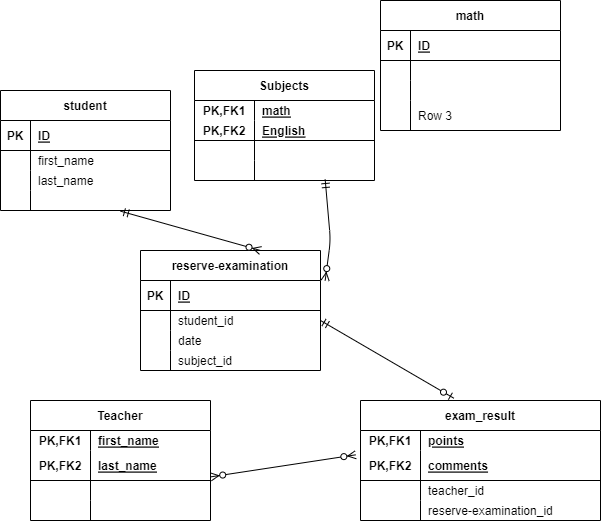
Above: index.drawio.png in moro-ayu3/20230216_morohoshi (draw.io), before the change. Source tidied: cells renumbered, new cells last; positions are measured from the earlier drawing's top-left corner, leaving out a move shared by most shapes.
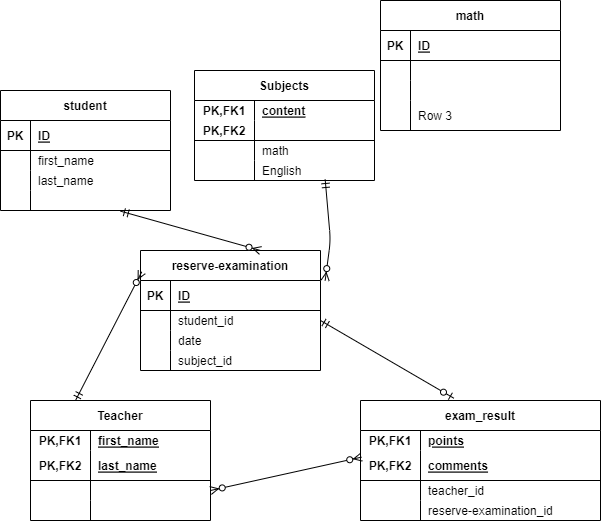
Above is the later version.

Diff of the diagram source:
```diff
@@ -89,7 +89,7 @@
     <mxCell id="30" value="PK,FK1" style="shape=partialRectangle;fillColor=none;top=0;left=0;bottom=0;right=0;fontStyle=1;overflow=hidden;" parent="29" vertex="1">
       <mxGeometry width="60" height="20" as="geometry" />
     </mxCell>
-    <mxCell id="31" value="math" style="shape=partialRectangle;fillColor=none;top=0;left=0;bottom=0;right=0;align=left;spacingLeft=6;fontStyle=5;overflow=hidden;" parent="29" vertex="1">
+    <mxCell id="31" value="content" style="shape=partialRectangle;fillColor=none;top=0;left=0;bottom=0;right=0;align=left;spacingLeft=6;fontStyle=5;overflow=hidden;" parent="29" vertex="1">
       <mxGeometry x="60" width="120" height="20" as="geometry" />
     </mxCell>
     <mxCell id="32" style="shape=tableRow;horizontal=0;startSize=0;swimlaneHead=0;swimlaneBody=0;fillColor=none;top=0;left=0;right=0;bottom=1;" parent="28" vertex="1">
@@ -98,7 +98,7 @@
     <mxCell id="33" value="PK,FK2" style="shape=partialRectangle;fillColor=none;top=0;left=0;bottom=0;right=0;fontStyle=1;overflow=hidden;" parent="32" vertex="1">
       <mxGeometry width="60" height="20" as="geometry" />
     </mxCell>
-    <mxCell id="34" value="English" style="shape=partialRectangle;fillColor=none;top=0;left=0;bottom=0;right=0;align=left;spacingLeft=6;fontStyle=5;overflow=hidden;" parent="32" vertex="1">
+    <mxCell id="34" style="shape=partialRectangle;fillColor=none;top=0;left=0;bottom=0;right=0;align=left;spacingLeft=6;fontStyle=5;overflow=hidden;" parent="32" vertex="1">
       <mxGeometry x="60" width="120" height="20" as="geometry" />
     </mxCell>
     <mxCell id="35" style="shape=tableRow;horizontal=0;startSize=0;swimlaneHead=0;swimlaneBody=0;fillColor=none;top=0;left=0;right=0;bottom=0;" parent="28" vertex="1">
@@ -107,7 +107,7 @@
     <mxCell id="36" style="shape=partialRectangle;fillColor=none;top=0;left=0;bottom=0;right=0;overflow=hidden;" parent="35" vertex="1">
       <mxGeometry width="60" height="20" as="geometry" />
     </mxCell>
-    <mxCell id="37" style="shape=partialRectangle;fillColor=none;top=0;left=0;bottom=0;right=0;align=left;spacingLeft=6;overflow=hidden;" parent="35" vertex="1">
+    <mxCell id="37" value="math" style="shape=partialRectangle;fillColor=none;top=0;left=0;bottom=0;right=0;align=left;spacingLeft=6;overflow=hidden;" parent="35" vertex="1">
       <mxGeometry x="60" width="120" height="20" as="geometry" />
     </mxCell>
     <mxCell id="38" style="shape=tableRow;horizontal=0;startSize=0;swimlaneHead=0;swimlaneBody=0;fillColor=none;points=[[0,0.5],[1,0.5]];portConstraint=eastwest;top=0;left=0;right=0;bottom=0;" parent="28" vertex="1">
@@ -116,7 +116,7 @@
     <mxCell id="39" style="shape=partialRectangle;fillColor=none;top=0;left=0;bottom=0;right=0;overflow=hidden;" parent="38" vertex="1">
       <mxGeometry width="60" height="20" as="geometry" />
     </mxCell>
-    <mxCell id="40" style="shape=partialRectangle;fillColor=none;top=0;left=0;bottom=0;right=0;align=left;spacingLeft=6;overflow=hidden;" parent="38" vertex="1">
+    <mxCell id="40" value="English" style="shape=partialRectangle;fillColor=none;top=0;left=0;bottom=0;right=0;align=left;spacingLeft=6;overflow=hidden;" parent="38" vertex="1">
       <mxGeometry x="60" width="120" height="20" as="geometry" />
     </mxCell>
     <mxCell id="41" value="Teacher" style="shape=table;startSize=30;rowLines=0;fontStyle=1;align=center;" parent="1" vertex="1">
@@ -246,11 +246,14 @@
     <mxCell id="81" style="fontSize=12;html=1;endArrow=ERzeroToMany;startArrow=ERmandOne;exitX=0.706;exitY=1.033;exitDx=0;exitDy=0;exitPerimeter=0;entryX=0.667;entryY=0;entryDx=0;entryDy=0;entryPerimeter=0;" parent="1" edge="1" source="12" target="15">
       <mxGeometry relative="1" as="geometry" />
     </mxCell>
+    <mxCell id="83" style="fontSize=12;html=1;endArrow=ERzeroToOne;startArrow=ERmandOne;entryX=0.389;entryY=-0.019;entryDx=0;entryDy=0;entryPerimeter=0;exitX=1;exitY=0.5;exitDx=0;exitDy=0;" parent="1" edge="1" source="19" target="54">
+      <mxGeometry relative="1" as="geometry" />
+    </mxCell>
-    <mxCell id="82" style="fontSize=12;html=1;endArrow=ERzeroToMany;endFill=1;startArrow=ERzeroToMany;exitX=1.002;exitY=-0.183;exitDx=0;exitDy=0;exitPerimeter=0;entryX=-0.02;entryY=0.144;entryDx=0;entryDy=0;entryPerimeter=0;" parent="1" edge="1" source="48" target="58">
+    <mxCell id="82" style="fontSize=12;html=1;endArrow=ERzeroToMany;endFill=1;startArrow=ERzeroToMany;exitX=1;exitY=0.5;exitDx=0;exitDy=0;entryX=0.004;entryY=0.222;entryDx=0;entryDy=0;entryPerimeter=0;" parent="1" edge="1" source="48" target="58">
       <mxGeometry relative="1" as="geometry" />
     </mxCell>
-    <mxCell id="83" style="fontSize=12;html=1;endArrow=ERzeroToOne;startArrow=ERmandOne;entryX=0.389;entryY=-0.019;entryDx=0;entryDy=0;entryPerimeter=0;exitX=1;exitY=0.5;exitDx=0;exitDy=0;" parent="1" edge="1" source="19" target="54">
-      <mxGeometry relative="1" as="geometry" />
-    </mxCell>
+    <mxCell id="84" style="fontSize=12;html=1;endArrow=ERzeroToMany;startArrow=ERmandOne;entryX=0.007;entryY=0.178;entryDx=0;entryDy=0;entryPerimeter=0;exitX=0.25;exitY=0;exitDx=0;exitDy=0;" parent="1" edge="1" source="41" target="15">
+      <mxGeometry relative="1" as="geometry" />
+    </mxCell>
   </root>
 </mxGraphModel>
```
